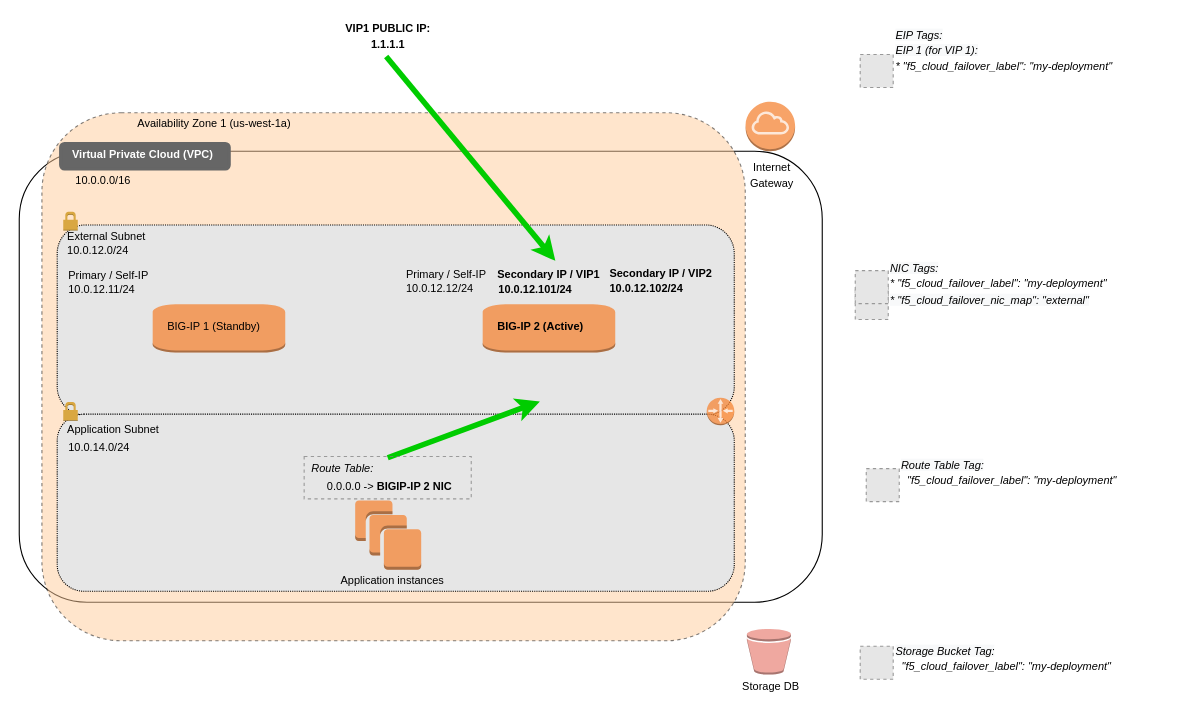
Earlier version of the draw.io diagram aws/2nic/aws-failover-same-net-2nic-multiple-vips-2.drawio (f5-applebaum/f5-ve-cloud-diagrams). Source tidied: cells renumbered, new cells numbered last; positions are measured from the earlier drawing's top-left corner, leaving out a move shared by most shapes. Both pictures are drawn from the tidied source at 110%, with x=0, y=0 at pixel (19, 19). Pictures stored in the file or linked from it are replaced by grey dashed boxes.
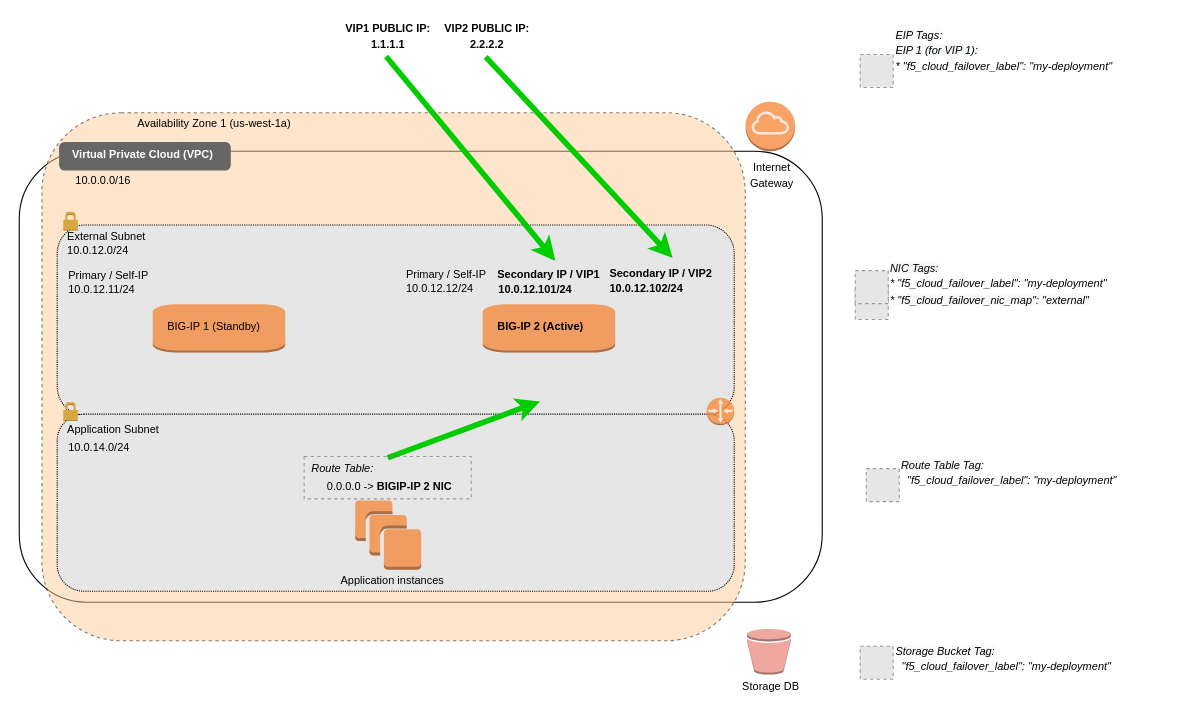
The same diagram, later.

Commit message (it also covers changes not shown here):
updated multiple AWS vips 2nic

The change refers to these unchanged cells:
```xml
<mxCell id="47" value="&lt;font style=&quot;font-size: 10px&quot;&gt;&lt;span&gt;Secondary IP / VIP2&lt;/span&gt;&lt;/font&gt;" style="text;html=1;align=left;verticalAlign=middle;points=[];fontStyle=1;" parent="1" vertex="1">
  <mxGeometry x="534.7" y="221" width="110" height="20" as="geometry" />
</mxCell>
```

The edit, as a diff of the source:
```diff
@@
+    <mxCell id="50" value="&lt;font style=&quot;font-size: 10px&quot;&gt;&lt;b&gt;VIP2 PUBLIC IP:&lt;br&gt;2.2.2.2&lt;/b&gt;&lt;br&gt;&lt;/font&gt;" style="text;html=1;align=center;verticalAlign=middle;points=[];" parent="1" vertex="1">
+      <mxGeometry x="380" width="90" height="30" as="geometry" />
+    </mxCell>
+    <mxCell id="51" style="endArrow=classic;html=1;exitX=0.489;exitY=1.14;exitDx=0;exitDy=0;exitPerimeter=0;strokeColor=#00CC00;strokeWidth=5;entryX=0.539;entryY=-0.2;entryDx=0;entryDy=0;entryPerimeter=0;" parent="1" edge="1" source="50" target="47">
+      <mxGeometry relative="1" as="geometry" />
+    </mxCell>
```
